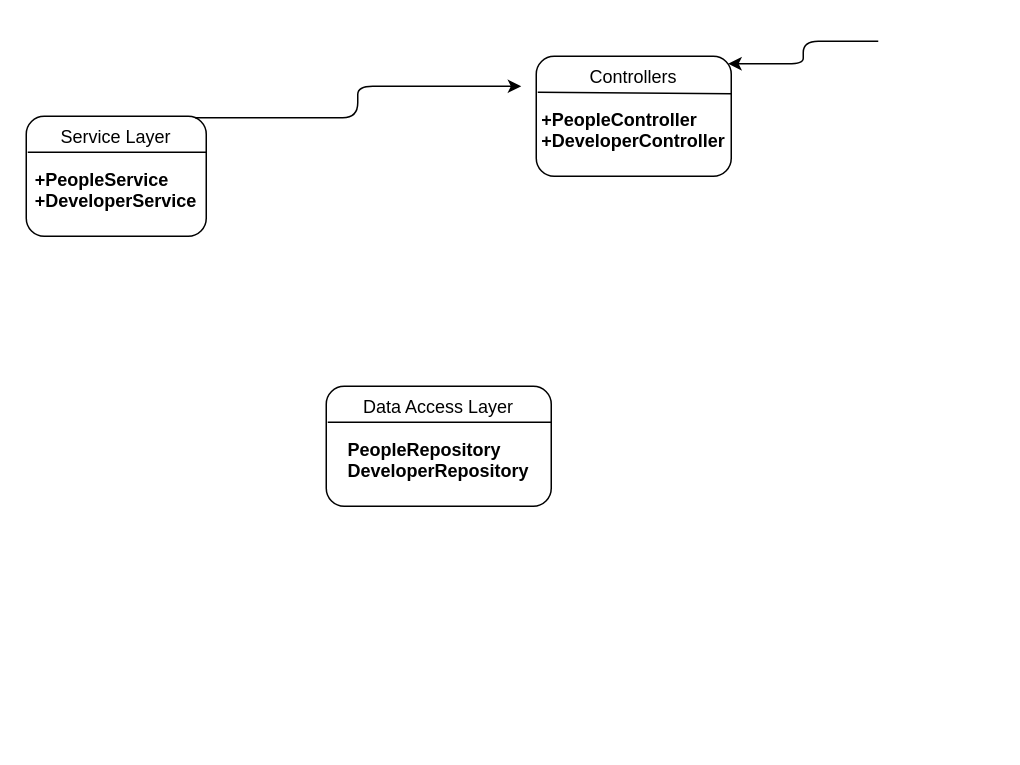
The draw.io diagram Untitled Diagram.drawio in hassansiddiquicanberra/WebRestApi, before the edit. Source tidied: cells renumbered, new cells numbered last; positions are measured from the earlier drawing's top-left corner, leaving out a move shared by most shapes. Both pictures are drawn from the tidied source at 150%, with x=0, y=0 at pixel (26, 40).
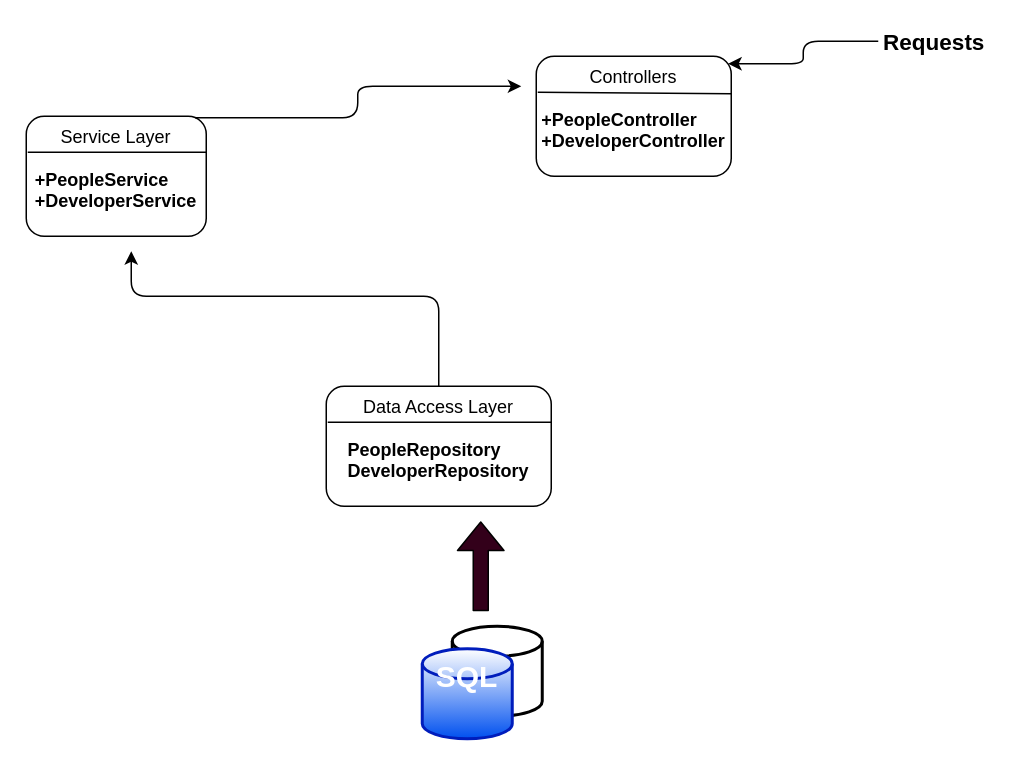
The same page after the edit.

Unchanged cells that the change refers to:
```xml
<mxCell id="6" value="Data Access Layer&lt;br&gt;&lt;br&gt;&lt;div style=&quot;text-align: left&quot;&gt;&lt;b&gt;PeopleRepository&lt;/b&gt;&lt;/div&gt;&lt;div style=&quot;text-align: left&quot;&gt;&lt;b&gt;DeveloperRepository&lt;/b&gt;&lt;br&gt;&lt;/div&gt;" style="rounded=1;whiteSpace=wrap;html=1;labelBackgroundColor=none;align=center;verticalAlign=top;" parent="1" vertex="1">
  <mxGeometry x="200" y="230" width="150" height="80" as="geometry" />
</mxCell>
```

What changed in the source:
```diff
@@
+    <mxCell id="10" value="&lt;b&gt;&lt;font style=&quot;font-size: 15px&quot;&gt;Requests&lt;/font&gt;&lt;/b&gt;" style="text;html=1;align=center;verticalAlign=middle;strokeColor=none;" parent="1" vertex="1">
+      <mxGeometry x="565" y="-10" width="80" height="20" as="geometry" />
+    </mxCell>
+    <mxCell id="11" style="strokeWidth=2;html=1;shape=mxgraph.flowchart.database;whiteSpace=wrap;labelBackgroundColor=none;align=center;verticalAlign=top;" parent="1" vertex="1">
+      <mxGeometry x="284" y="390" width="60" height="60" as="geometry" />
+    </mxCell>
+    <mxCell id="12" value="&lt;b&gt;&lt;font style=&quot;font-size: 20px&quot;&gt;SQL&lt;/font&gt;&lt;/b&gt;" style="strokeWidth=2;html=1;shape=mxgraph.flowchart.database;whiteSpace=wrap;labelBackgroundColor=none;align=center;verticalAlign=top;fillColor=#0050ef;strokeColor=#001DBC;fontColor=#ffffff;gradientColor=#ffffff;gradientDirection=north;" parent="1" vertex="1">
+      <mxGeometry x="264" y="405" width="60" height="60" as="geometry" />
+    </mxCell>
+    <mxCell id="13" style="shape=flexArrow;endArrow=classic;html=1;fillColor=#33001A;" parent="1" edge="1">
+      <mxGeometry relative="1" as="geometry">
+        <mxPoint x="303" y="380" as="sourcePoint" />
+        <mxPoint x="303" y="320" as="targetPoint" />
+      </mxGeometry>
+    </mxCell>
+    <mxCell id="14" style="edgeStyle=elbowEdgeStyle;elbow=vertical;endArrow=classic;html=1;fillColor=#33001A;exitX=0.5;exitY=0;exitDx=0;exitDy=0;" parent="1" edge="1" source="6">
+      <mxGeometry relative="1" as="geometry">
+        <mxPoint x="70" y="140" as="targetPoint" />
+        <Array as="points">
+          <mxPoint x="50" y="170" />
+          <mxPoint x="70" y="150" />
+          <mxPoint x="170" y="140" />
+          <mxPoint x="260" y="180" />
+          <mxPoint x="240" y="130" />
+          <mxPoint x="240" y="170" />
+          <mxPoint x="220" y="90" />
+        </Array>
+      </mxGeometry>
+    </mxCell>
```
